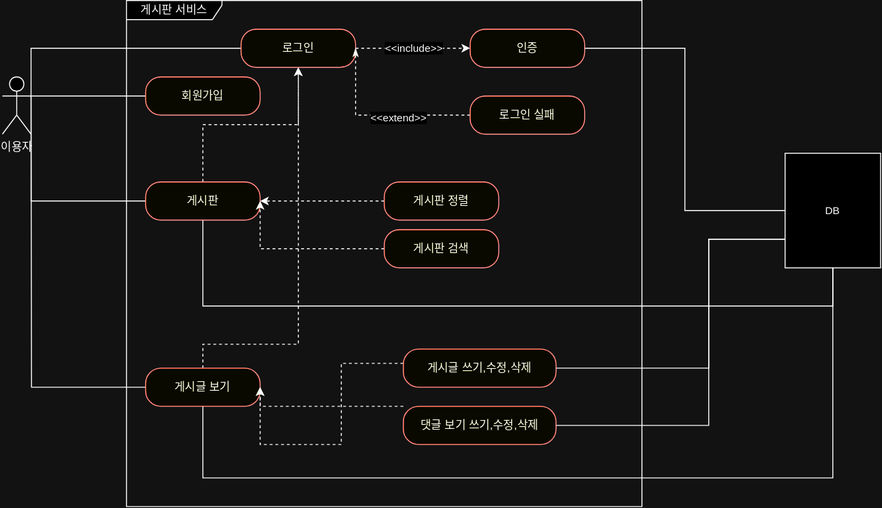
This is document/use-case.svg from TwOneZero/fastcampus-project-board, a draw.io export, as it was before one commit. Source tidied: cells renumbered, new cells last; positions are measured from the earlier drawing's top-left corner, leaving out a move shared by most shapes.
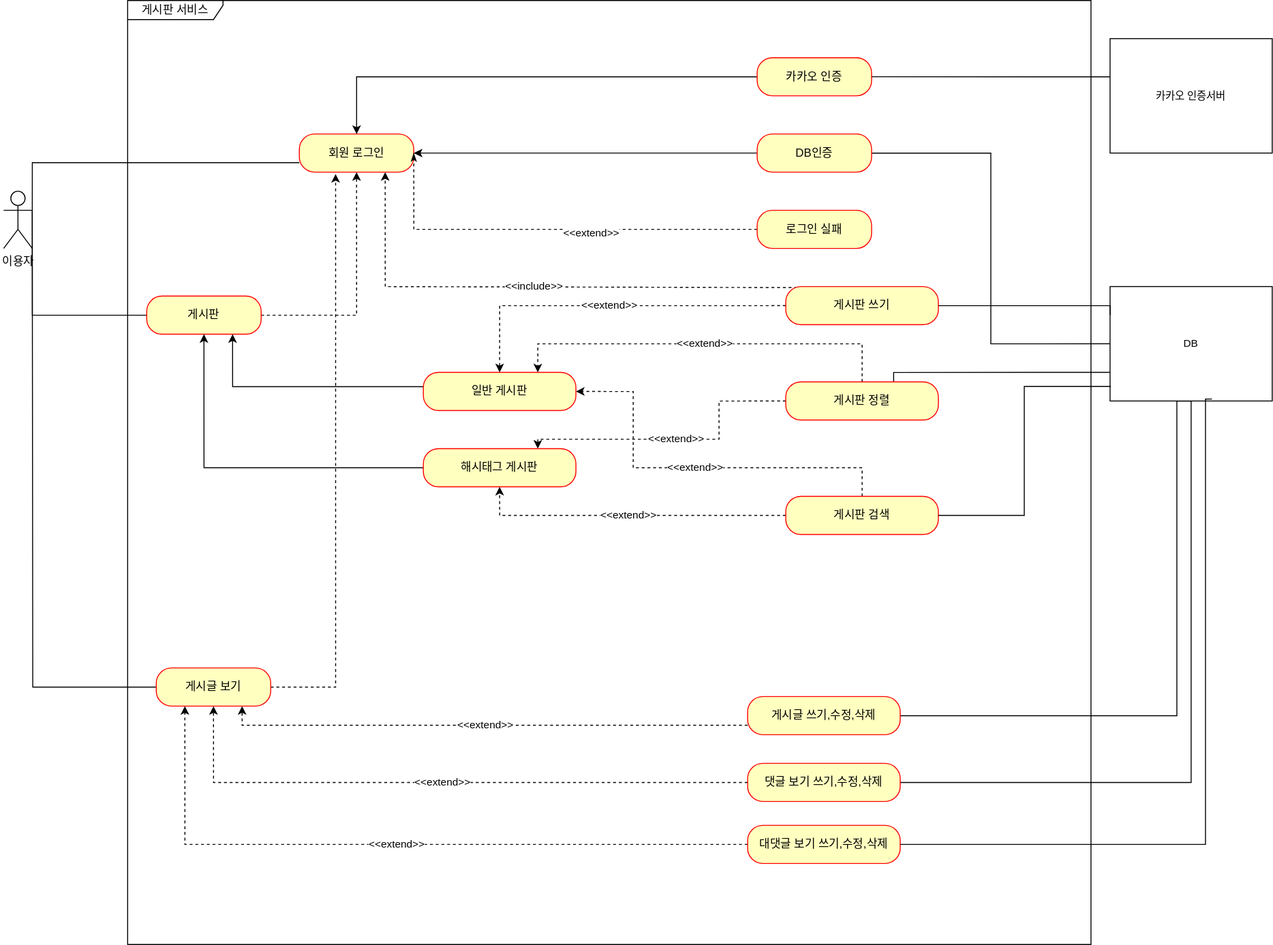
Above is the later version.

Commit message:
#58 - usecase 업데이트 : release v1.0 기준으로 맞지 않던 usecase 를 수정하고 카카오 인증에 대한 경우도 추가하였음.

The edit, as a diff of the source:
```diff
@@ -6,14 +6,8 @@
       <mxGeometry y="80" width="30" height="60" as="geometry" />
     </mxCell>
     <mxCell id="3" value="게시판 서비스" style="shape=umlFrame;whiteSpace=wrap;html=1;width=100;height=20;" parent="1" vertex="1">
-      <mxGeometry x="130" width="540" height="530" as="geometry" />
+      <mxGeometry x="130" y="-120" width="1010" height="990" as="geometry" />
     </mxCell>
-    <mxCell id="4" style="rounded=0;jettySize=auto;html=1;exitX=0;exitY=0.5;exitDx=0;exitDy=0;endArrow=none;endFill=0;edgeStyle=orthogonalEdgeStyle;entryX=1;entryY=0.3333333333333333;entryDx=0;entryDy=0;entryPerimeter=0;" parent="1" edge="1" source="5" target="2">
-      <mxGeometry relative="1" as="geometry" />
-    </mxCell>
-    <mxCell id="5" value="회원가입" style="rounded=1;whiteSpace=wrap;html=1;arcSize=40;fontColor=#000000;fillColor=#ffffc0;strokeColor=#ff0000;" parent="1" vertex="1">
-      <mxGeometry x="150" y="80" width="120" height="40" as="geometry" />
-    </mxCell>
     <mxCell id="6" style="edgeStyle=orthogonalEdgeStyle;shape=connector;rounded=0;jettySize=auto;html=1;labelBackgroundColor=default;strokeColor=default;fontFamily=Helvetica;fontSize=11;fontColor=default;endArrow=none;endFill=0;entryX=1;entryY=0.3333333333333333;entryDx=0;entryDy=0;entryPerimeter=0;" parent="1" edge="1" source="9" target="2">
       <mxGeometry relative="1" as="geometry">
         <Array as="points">
@@ -24,14 +18,6 @@
     <mxCell id="7" style="edgeStyle=orthogonalEdgeStyle;shape=connector;rounded=0;jettySize=auto;html=1;entryX=0.5;entryY=1;entryDx=0;entryDy=0;labelBackgroundColor=default;strokeColor=default;fontFamily=Helvetica;fontSize=11;fontColor=default;endArrow=classic;endFill=1;dashed=1;" parent="1" edge="1" source="9" target="17">
       <mxGeometry relative="1" as="geometry" />
     </mxCell>
-    <mxCell id="8" style="edgeStyle=orthogonalEdgeStyle;shape=connector;rounded=0;jettySize=auto;html=1;entryX=0.5;entryY=1;entryDx=0;entryDy=0;labelBackgroundColor=default;strokeColor=default;fontFamily=Helvetica;fontSize=11;fontColor=default;endArrow=none;endFill=0;" parent="1" edge="1" source="9" target="33">
-      <mxGeometry relative="1" as="geometry">
-        <Array as="points">
-          <mxPoint x="210" y="320" />
-          <mxPoint x="870" y="320" />
-        </Array>
-      </mxGeometry>
-    </mxCell>
     <mxCell id="9" value="게시판" style="rounded=1;whiteSpace=wrap;html=1;arcSize=40;fontColor=#000000;fillColor=#ffffc0;strokeColor=#ff0000;" parent="1" vertex="1">
       <mxGeometry x="150" y="190" width="120" height="40" as="geometry" />
     </mxCell>
@@ -40,24 +26,15 @@
         <mxPoint x="30" y="100" as="targetPoint" />
       </mxGeometry>
     </mxCell>
-    <mxCell id="11" style="edgeStyle=orthogonalEdgeStyle;shape=connector;rounded=0;jettySize=auto;html=1;entryX=0.5;entryY=1;entryDx=0;entryDy=0;labelBackgroundColor=default;strokeColor=default;fontFamily=Helvetica;fontSize=11;fontColor=default;endArrow=classic;endFill=1;dashed=1;" parent="1" edge="1" source="13" target="17">
+    <mxCell id="11" style="edgeStyle=orthogonalEdgeStyle;shape=connector;rounded=0;jettySize=auto;html=1;entryX=0.317;entryY=1.05;entryDx=0;entryDy=0;labelBackgroundColor=default;strokeColor=default;fontFamily=Helvetica;fontSize=11;fontColor=default;endArrow=classic;endFill=1;dashed=1;entryPerimeter=0;" parent="1" edge="1" source="13" target="17">
       <mxGeometry relative="1" as="geometry">
         <Array as="points">
-          <mxPoint x="210" y="360" />
-          <mxPoint x="310" y="360" />
+          <mxPoint x="348" y="600" />
         </Array>
       </mxGeometry>
     </mxCell>
-    <mxCell id="12" style="edgeStyle=orthogonalEdgeStyle;shape=connector;rounded=0;jettySize=auto;html=1;entryX=0.5;entryY=1;entryDx=0;entryDy=0;labelBackgroundColor=default;strokeColor=default;fontFamily=Helvetica;fontSize=11;fontColor=default;endArrow=none;endFill=0;exitX=0.5;exitY=1;exitDx=0;exitDy=0;" parent="1" edge="1" source="13" target="33">
-      <mxGeometry relative="1" as="geometry">
-        <Array as="points">
-          <mxPoint x="210" y="500" />
-          <mxPoint x="870" y="500" />
-        </Array>
-      </mxGeometry>
-    </mxCell>
     <mxCell id="13" value="게시글 보기" style="rounded=1;whiteSpace=wrap;html=1;arcSize=40;fontColor=#000000;fillColor=#ffffc0;strokeColor=#ff0000;" parent="1" vertex="1">
-      <mxGeometry x="150" y="385" width="120" height="40" as="geometry" />
+      <mxGeometry x="160" y="580" width="120" height="40" as="geometry" />
     </mxCell>
     <mxCell id="14" style="rounded=0;jettySize=auto;html=1;edgeStyle=orthogonalEdgeStyle;endArrow=none;endFill=0;entryX=1;entryY=0.3333333333333333;entryDx=0;entryDy=0;entryPerimeter=0;" parent="1" edge="1" source="17" target="2">
       <mxGeometry relative="1" as="geometry">
@@ -66,27 +43,22 @@
         </Array>
       </mxGeometry>
     </mxCell>
-    <mxCell id="15" style="edgeStyle=orthogonalEdgeStyle;shape=connector;rounded=0;jettySize=auto;html=1;entryX=0;entryY=0.5;entryDx=0;entryDy=0;labelBackgroundColor=default;strokeColor=default;fontFamily=Helvetica;fontSize=11;fontColor=default;endArrow=classic;endFill=1;dashed=1;" parent="1" edge="1" source="17" target="19">
-      <mxGeometry relative="1" as="geometry" />
-    </mxCell>
-    <mxCell id="16" value="&amp;lt;&amp;lt;include&amp;gt;&amp;gt;" style="edgeLabel;html=1;align=center;verticalAlign=middle;fontSize=11;fontFamily=Helvetica;fontColor=default;" parent="15" vertex="1">
-      <mxGeometry x="0.16" relative="1" as="geometry">
-        <mxPoint x="-9" as="offset" />
-      </mxGeometry>
-    </mxCell>
-    <mxCell id="17" value="로그인" style="rounded=1;whiteSpace=wrap;html=1;arcSize=40;fontColor=#000000;fillColor=#ffffc0;strokeColor=#ff0000;" parent="1" vertex="1">
-      <mxGeometry x="250" y="30" width="120" height="40" as="geometry" />
+    <mxCell id="17" value="회원 로그인" style="rounded=1;whiteSpace=wrap;html=1;arcSize=40;fontColor=#000000;fillColor=#ffffc0;strokeColor=#ff0000;" parent="1" vertex="1">
+      <mxGeometry x="310" y="20" width="120" height="40" as="geometry" />
     </mxCell>
     <mxCell id="18" style="edgeStyle=orthogonalEdgeStyle;shape=connector;rounded=0;jettySize=auto;html=1;entryX=0;entryY=0.5;entryDx=0;entryDy=0;labelBackgroundColor=default;strokeColor=default;fontFamily=Helvetica;fontSize=11;fontColor=default;endArrow=none;endFill=0;" parent="1" edge="1" source="19" target="33">
       <mxGeometry relative="1" as="geometry" />
     </mxCell>
+    <mxCell id="34" style="edgeStyle=orthogonalEdgeStyle;rounded=0;jettySize=auto;html=1;" parent="1" edge="1" source="19" target="17">
+      <mxGeometry relative="1" as="geometry" />
+    </mxCell>
-    <mxCell id="19" value="인증" style="rounded=1;whiteSpace=wrap;html=1;arcSize=40;fontColor=#000000;fillColor=#ffffc0;strokeColor=#ff0000;" parent="1" vertex="1">
-      <mxGeometry x="490" y="30" width="120" height="40" as="geometry" />
+    <mxCell id="19" value="DB인증" style="rounded=1;whiteSpace=wrap;html=1;arcSize=40;fontColor=#000000;fillColor=#ffffc0;strokeColor=#ff0000;" parent="1" vertex="1">
+      <mxGeometry x="790" y="20" width="120" height="40" as="geometry" />
     </mxCell>
     <mxCell id="20" style="edgeStyle=orthogonalEdgeStyle;shape=connector;rounded=0;jettySize=auto;html=1;entryX=1;entryY=0.5;entryDx=0;entryDy=0;labelBackgroundColor=default;strokeColor=default;fontFamily=Helvetica;fontSize=11;fontColor=default;endArrow=classicThin;endFill=1;dashed=1;" parent="1" edge="1" source="22" target="17">
       <mxGeometry relative="1" as="geometry">
         <Array as="points">
-          <mxPoint x="370" y="120" />
+          <mxPoint x="430" y="120" />
         </Array>
       </mxGeometry>
     </mxCell>
@@ -94,63 +66,170 @@
       <mxGeometry x="-0.21" y="3" relative="1" as="geometry" />
     </mxCell>
     <mxCell id="22" value="로그인 실패&lt;br&gt;" style="rounded=1;whiteSpace=wrap;html=1;arcSize=40;fontColor=#000000;fillColor=#ffffc0;strokeColor=#ff0000;" parent="1" vertex="1">
-      <mxGeometry x="490" y="100" width="120" height="40" as="geometry" />
+      <mxGeometry x="790" y="100" width="120" height="40" as="geometry" />
     </mxCell>
-    <mxCell id="23" style="edgeStyle=orthogonalEdgeStyle;shape=connector;rounded=0;jettySize=auto;html=1;entryX=1;entryY=0.5;entryDx=0;entryDy=0;labelBackgroundColor=default;strokeColor=default;fontFamily=Helvetica;fontSize=11;fontColor=default;endArrow=classic;endFill=1;dashed=1;" parent="1" edge="1" source="24" target="9">
-      <mxGeometry relative="1" as="geometry" />
-    </mxCell>
+    <mxCell id="35" value="&amp;lt;&amp;lt;extend&amp;gt;&amp;gt;" style="edgeStyle=orthogonalEdgeStyle;rounded=0;jettySize=auto;html=1;entryX=0.75;entryY=0;entryDx=0;entryDy=0;dashed=1;" parent="1" edge="1" source="24" target="44">
+      <mxGeometry relative="1" as="geometry">
+        <Array as="points">
+          <mxPoint x="900" y="240" />
+          <mxPoint x="560" y="240" />
+        </Array>
+      </mxGeometry>
+    </mxCell>
+    <mxCell id="36" value="&amp;lt;&amp;lt;extend&amp;gt;&amp;gt;" style="edgeStyle=orthogonalEdgeStyle;rounded=0;jettySize=auto;html=1;entryX=0.75;entryY=0;entryDx=0;entryDy=0;dashed=1;exitX=0;exitY=0.5;exitDx=0;exitDy=0;" parent="1" edge="1" source="24" target="46">
+      <mxGeometry relative="1" as="geometry">
+        <Array as="points">
+          <mxPoint x="750" y="300" />
+          <mxPoint x="750" y="340" />
+          <mxPoint x="560" y="340" />
+        </Array>
+      </mxGeometry>
+    </mxCell>
+    <mxCell id="37" style="edgeStyle=orthogonalEdgeStyle;rounded=0;jettySize=auto;html=1;entryX=0;entryY=0.75;entryDx=0;entryDy=0;endArrow=none;endFill=0;exitX=0.707;exitY=0.023;exitDx=0;exitDy=0;exitPerimeter=0;" parent="1" edge="1" source="24" target="33">
+      <mxGeometry relative="1" as="geometry">
+        <Array as="points">
+          <mxPoint x="933" y="270" />
+        </Array>
+      </mxGeometry>
+    </mxCell>
     <mxCell id="24" value="게시판 정렬" style="rounded=1;whiteSpace=wrap;html=1;arcSize=40;fontColor=#000000;fillColor=#ffffc0;strokeColor=#ff0000;" parent="1" vertex="1">
-      <mxGeometry x="400" y="190" width="120" height="40" as="geometry" />
+      <mxGeometry x="820" y="280" width="160" height="40" as="geometry" />
     </mxCell>
-    <mxCell id="25" style="edgeStyle=orthogonalEdgeStyle;shape=connector;rounded=0;jettySize=auto;html=1;entryX=1;entryY=0.5;entryDx=0;entryDy=0;labelBackgroundColor=default;strokeColor=default;fontFamily=Helvetica;fontSize=11;fontColor=default;endArrow=classic;endFill=1;dashed=1;" parent="1" edge="1" source="26" target="9">
-      <mxGeometry relative="1" as="geometry">
-        <Array as="points">
-          <mxPoint x="270" y="260" />
-        </Array>
-      </mxGeometry>
-    </mxCell>
+    <mxCell id="38" value="&amp;lt;&amp;lt;extend&amp;gt;&amp;gt;" style="edgeStyle=orthogonalEdgeStyle;rounded=0;jettySize=auto;html=1;dashed=1;entryX=1;entryY=0.5;entryDx=0;entryDy=0;" parent="1" edge="1" source="26" target="44">
+      <mxGeometry relative="1" as="geometry">
+        <Array as="points">
+          <mxPoint x="900" y="370" />
+          <mxPoint x="660" y="370" />
+          <mxPoint x="660" y="290" />
+        </Array>
+      </mxGeometry>
+    </mxCell>
+    <mxCell id="39" value="&amp;lt;&amp;lt;extend&amp;gt;&amp;gt;" style="edgeStyle=orthogonalEdgeStyle;rounded=0;jettySize=auto;html=1;entryX=0.5;entryY=1;entryDx=0;entryDy=0;dashed=1;" parent="1" edge="1" source="26" target="46">
+      <mxGeometry relative="1" as="geometry">
+        <Array as="points">
+          <mxPoint x="520" y="420" />
+        </Array>
+      </mxGeometry>
+    </mxCell>
     <mxCell id="26" value="게시판 검색" style="rounded=1;whiteSpace=wrap;html=1;arcSize=40;fontColor=#000000;fillColor=#ffffc0;strokeColor=#ff0000;" parent="1" vertex="1">
-      <mxGeometry x="400" y="240" width="120" height="40" as="geometry" />
+      <mxGeometry x="820" y="400" width="160" height="40" as="geometry" />
     </mxCell>
+    <mxCell id="28" style="edgeStyle=orthogonalEdgeStyle;shape=connector;rounded=0;jettySize=auto;html=1;entryX=0.5;entryY=1;entryDx=0;entryDy=0;labelBackgroundColor=default;strokeColor=default;fontFamily=Helvetica;fontSize=11;fontColor=default;endArrow=none;endFill=0;" parent="1" edge="1" source="29" target="33">
+      <mxGeometry relative="1" as="geometry">
+        <Array as="points">
+          <mxPoint x="1230" y="630" />
+          <mxPoint x="1230" y="300" />
+        </Array>
+      </mxGeometry>
+    </mxCell>
-    <mxCell id="27" style="edgeStyle=orthogonalEdgeStyle;shape=connector;rounded=0;jettySize=auto;html=1;entryX=1;entryY=0.5;entryDx=0;entryDy=0;labelBackgroundColor=default;strokeColor=default;fontFamily=Helvetica;fontSize=11;fontColor=default;endArrow=classic;endFill=1;dashed=1;" parent="1" edge="1" source="29" target="13">
+    <mxCell id="27" value="&amp;lt;&amp;lt;extend&amp;gt;&amp;gt;" style="edgeStyle=orthogonalEdgeStyle;rounded=0;jettySize=auto;html=1;entryX=0.75;entryY=1;entryDx=0;entryDy=0;dashed=1;" parent="1" edge="1" source="29" target="13">
       <mxGeometry relative="1" as="geometry">
         <Array as="points">
-          <mxPoint x="355" y="380" />
-          <mxPoint x="355" y="465" />
+          <mxPoint x="250" y="640" />
         </Array>
       </mxGeometry>
     </mxCell>
-    <mxCell id="28" style="edgeStyle=orthogonalEdgeStyle;shape=connector;rounded=0;jettySize=auto;html=1;entryX=0;entryY=0.75;entryDx=0;entryDy=0;labelBackgroundColor=default;strokeColor=default;fontFamily=Helvetica;fontSize=11;fontColor=default;endArrow=none;endFill=0;" parent="1" edge="1" source="29" target="33">
-      <mxGeometry relative="1" as="geometry">
-        <Array as="points">
-          <mxPoint x="740" y="385" />
-          <mxPoint x="740" y="250" />
-        </Array>
-      </mxGeometry>
-    </mxCell>
     <mxCell id="29" value="게시글 쓰기,수정,삭제" style="rounded=1;whiteSpace=wrap;html=1;arcSize=40;fontColor=#000000;fillColor=#ffffc0;strokeColor=#ff0000;" parent="1" vertex="1">
-      <mxGeometry x="420" y="365" width="160" height="40" as="geometry" />
+      <mxGeometry x="780" y="610" width="160" height="40" as="geometry" />
     </mxCell>
-    <mxCell id="30" style="edgeStyle=orthogonalEdgeStyle;shape=connector;rounded=0;jettySize=auto;html=1;entryX=1;entryY=0.5;entryDx=0;entryDy=0;labelBackgroundColor=default;strokeColor=default;fontFamily=Helvetica;fontSize=11;fontColor=default;endArrow=classic;endFill=1;dashed=1;" parent="1" edge="1" source="32" target="13">
+    <mxCell id="30" value="&amp;lt;&amp;lt;extend&amp;gt;&amp;gt;" style="edgeStyle=orthogonalEdgeStyle;shape=connector;rounded=0;jettySize=auto;html=1;entryX=0.5;entryY=1;entryDx=0;entryDy=0;labelBackgroundColor=default;strokeColor=default;fontFamily=Helvetica;fontSize=11;fontColor=default;endArrow=classic;endFill=1;dashed=1;" parent="1" edge="1" source="32" target="13">
       <mxGeometry relative="1" as="geometry">
         <Array as="points">
-          <mxPoint x="270" y="425" />
+          <mxPoint x="220" y="700" />
         </Array>
       </mxGeometry>
     </mxCell>
-    <mxCell id="31" style="edgeStyle=orthogonalEdgeStyle;shape=connector;rounded=0;jettySize=auto;html=1;entryX=0;entryY=0.75;entryDx=0;entryDy=0;labelBackgroundColor=default;strokeColor=default;fontFamily=Helvetica;fontSize=11;fontColor=default;endArrow=none;endFill=0;" parent="1" edge="1" source="32" target="33">
+    <mxCell id="31" style="edgeStyle=orthogonalEdgeStyle;shape=connector;rounded=0;jettySize=auto;html=1;entryX=0.5;entryY=1;entryDx=0;entryDy=0;labelBackgroundColor=default;strokeColor=default;fontFamily=Helvetica;fontSize=11;fontColor=default;endArrow=none;endFill=0;" parent="1" edge="1" source="32" target="33">
       <mxGeometry relative="1" as="geometry">
         <Array as="points">
-          <mxPoint x="740" y="445" />
-          <mxPoint x="740" y="250" />
+          <mxPoint x="1245" y="700" />
         </Array>
       </mxGeometry>
     </mxCell>
     <mxCell id="32" value="댓글 보기 쓰기,수정,삭제" style="rounded=1;whiteSpace=wrap;html=1;arcSize=40;fontColor=#000000;fillColor=#ffffc0;strokeColor=#ff0000;" parent="1" vertex="1">
-      <mxGeometry x="420" y="425" width="160" height="40" as="geometry" />
+      <mxGeometry x="780" y="680" width="160" height="40" as="geometry" />
     </mxCell>
     <mxCell id="33" value="DB" style="html=1;whiteSpace=wrap;fontFamily=Helvetica;fontSize=11;fontColor=default;" parent="1" vertex="1">
-      <mxGeometry x="820" y="160" width="100" height="120" as="geometry" />
+      <mxGeometry x="1160" y="180" width="170" height="120" as="geometry" />
     </mxCell>
+    <mxCell id="40" value="&amp;lt;&amp;lt;extend&amp;gt;&amp;gt;" style="edgeStyle=orthogonalEdgeStyle;rounded=0;jettySize=auto;html=1;entryX=0.25;entryY=1;entryDx=0;entryDy=0;dashed=1;" parent="1" edge="1" source="41" target="13">
+      <mxGeometry relative="1" as="geometry" />
+    </mxCell>
+    <mxCell id="41" value="대댓글 보기 쓰기,수정,삭제" style="rounded=1;whiteSpace=wrap;html=1;arcSize=40;fontColor=#000000;fillColor=#ffffc0;strokeColor=#ff0000;" parent="1" vertex="1">
+      <mxGeometry x="780" y="745" width="160" height="40" as="geometry" />
+    </mxCell>
+    <mxCell id="42" style="edgeStyle=orthogonalEdgeStyle;rounded=0;jettySize=auto;html=1;entryX=0.629;entryY=0.983;entryDx=0;entryDy=0;entryPerimeter=0;endArrow=none;endFill=0;" parent="1" edge="1" source="41" target="33">
+      <mxGeometry relative="1" as="geometry">
+        <Array as="points">
+          <mxPoint x="1260" y="765" />
+          <mxPoint x="1260" y="298" />
+        </Array>
+      </mxGeometry>
+    </mxCell>
+    <mxCell id="43" style="edgeStyle=orthogonalEdgeStyle;rounded=0;jettySize=auto;html=1;entryX=0.75;entryY=1;entryDx=0;entryDy=0;" parent="1" edge="1" source="44" target="9">
+      <mxGeometry relative="1" as="geometry">
+        <Array as="points">
+          <mxPoint x="240" y="285" />
+        </Array>
+      </mxGeometry>
+    </mxCell>
+    <mxCell id="44" value="일반 게시판" style="rounded=1;whiteSpace=wrap;html=1;arcSize=40;fontColor=#000000;fillColor=#ffffc0;strokeColor=#ff0000;" parent="1" vertex="1">
+      <mxGeometry x="440" y="270" width="160" height="40" as="geometry" />
+    </mxCell>
+    <mxCell id="45" style="edgeStyle=orthogonalEdgeStyle;rounded=0;jettySize=auto;html=1;entryX=0.5;entryY=1;entryDx=0;entryDy=0;" parent="1" edge="1" source="46" target="9">
+      <mxGeometry relative="1" as="geometry">
+        <Array as="points">
+          <mxPoint x="210" y="370" />
+        </Array>
+      </mxGeometry>
+    </mxCell>
+    <mxCell id="46" value="해시태그 게시판" style="rounded=1;whiteSpace=wrap;html=1;arcSize=40;fontColor=#000000;fillColor=#ffffc0;strokeColor=#ff0000;" parent="1" vertex="1">
+      <mxGeometry x="440" y="350" width="160" height="40" as="geometry" />
+    </mxCell>
+    <mxCell id="16" value="&amp;lt;&amp;lt;include&amp;gt;&amp;gt;" style="edgeStyle=orthogonalEdgeStyle;rounded=0;jettySize=auto;html=1;entryX=0.75;entryY=1;entryDx=0;entryDy=0;dashed=1;exitX=0.075;exitY=0.025;exitDx=0;exitDy=0;exitPerimeter=0;" parent="1" edge="1" source="48" target="17">
+      <mxGeometry relative="1" as="geometry">
+        <Array as="points">
+          <mxPoint x="792" y="180" />
+          <mxPoint x="400" y="180" />
+        </Array>
+      </mxGeometry>
+    </mxCell>
+    <mxCell id="47" value="&amp;lt;&amp;lt;extend&amp;gt;&amp;gt;" style="edgeStyle=orthogonalEdgeStyle;rounded=0;jettySize=auto;html=1;exitX=0;exitY=0.5;exitDx=0;exitDy=0;entryX=0.5;entryY=0;entryDx=0;entryDy=0;dashed=1;" parent="1" edge="1" source="48" target="44">
+      <mxGeometry relative="1" as="geometry">
+        <Array as="points">
+          <mxPoint x="520" y="200" />
+        </Array>
+      </mxGeometry>
+    </mxCell>
+    <mxCell id="48" value="게시판 쓰기" style="rounded=1;whiteSpace=wrap;html=1;arcSize=40;fontColor=#000000;fillColor=#ffffc0;strokeColor=#ff0000;" parent="1" vertex="1">
+      <mxGeometry x="820" y="180" width="160" height="40" as="geometry" />
+    </mxCell>
+    <mxCell id="49" style="edgeStyle=orthogonalEdgeStyle;rounded=0;jettySize=auto;html=1;" parent="1" edge="1" source="50" target="17">
+      <mxGeometry relative="1" as="geometry" />
+    </mxCell>
+    <mxCell id="50" value="카카오 인증" style="rounded=1;whiteSpace=wrap;html=1;arcSize=40;fontColor=#000000;fillColor=#ffffc0;strokeColor=#ff0000;" parent="1" vertex="1">
+      <mxGeometry x="790" y="-60" width="120" height="40" as="geometry" />
+    </mxCell>
+    <mxCell id="51" style="edgeStyle=orthogonalEdgeStyle;rounded=0;jettySize=auto;html=1;entryX=1;entryY=0.5;entryDx=0;entryDy=0;endArrow=none;endFill=0;" parent="1" edge="1" source="52" target="50">
+      <mxGeometry relative="1" as="geometry">
+        <Array as="points">
+          <mxPoint x="1090" y="-40" />
+          <mxPoint x="1090" y="-40" />
+        </Array>
+      </mxGeometry>
+    </mxCell>
+    <mxCell id="52" value="카카오 인증서버" style="html=1;whiteSpace=wrap;fontFamily=Helvetica;fontSize=11;fontColor=default;" parent="1" vertex="1">
+      <mxGeometry x="1160" y="-80" width="170" height="120" as="geometry" />
+    </mxCell>
+    <mxCell id="53" style="edgeStyle=orthogonalEdgeStyle;rounded=0;jettySize=auto;html=1;entryX=0;entryY=0.25;entryDx=0;entryDy=0;endArrow=none;endFill=0;" parent="1" edge="1" source="48" target="33">
+      <mxGeometry relative="1" as="geometry">
+        <Array as="points">
+          <mxPoint x="1160" y="200" />
+        </Array>
+      </mxGeometry>
+    </mxCell>
+    <mxCell id="54" style="edgeStyle=orthogonalEdgeStyle;rounded=0;jettySize=auto;html=1;entryX=0.005;entryY=0.873;entryDx=0;entryDy=0;entryPerimeter=0;endArrow=none;endFill=0;" parent="1" edge="1" source="26" target="33">
+      <mxGeometry relative="1" as="geometry" />
+    </mxCell>
   </root>
 </mxGraphModel>
```
